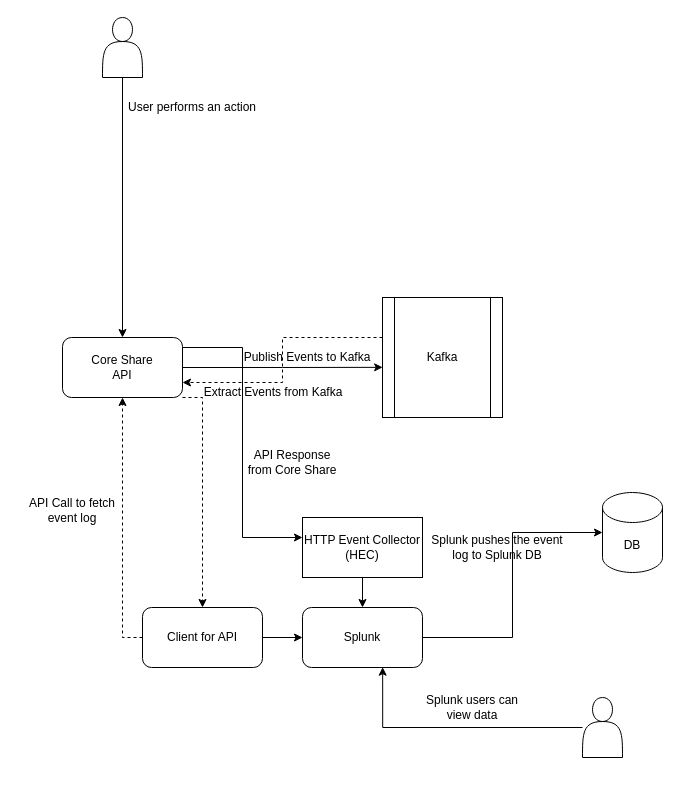
Above: client/Untitled Diagram.drawio in vikaskulkarni/options-strategies-flow (draw.io), before the change. Source tidied: cells renumbered, new cells numbered last; positions are measured from the earlier drawing's top-left corner, leaving out a move shared by most shapes. Both pictures are drawn from the tidied source at 100%, with x=0, y=0 at pixel (22, 17).
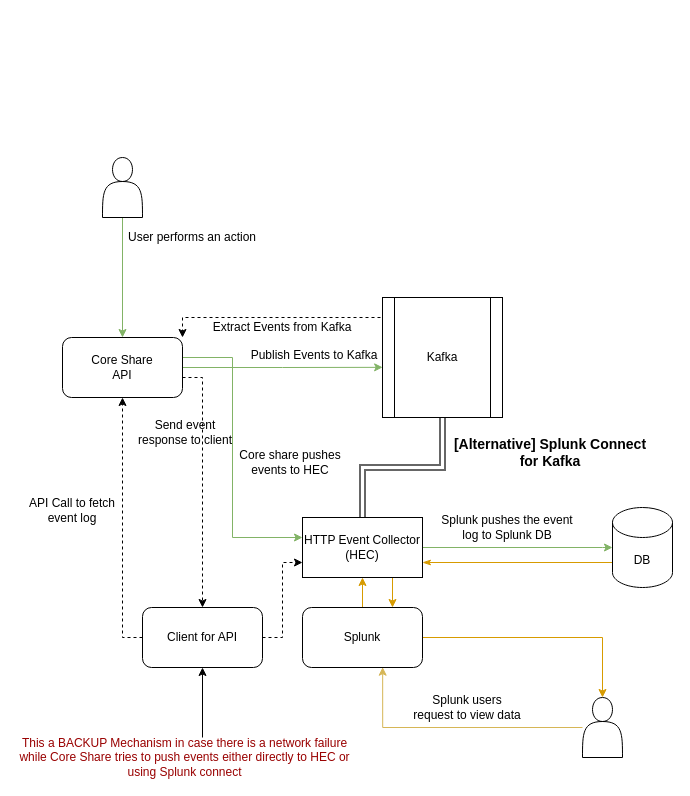
Above is the later version.

The change refers to these unchanged cells:
```xml
<mxCell id="5" value="Core Share&lt;br&gt;API" style="rounded=1;whiteSpace=wrap;html=1;" parent="1" vertex="1">
  <mxGeometry x="40" y="320" width="120" height="60" as="geometry" />
</mxCell>
<mxCell id="7" value="Kafka" style="shape=process;whiteSpace=wrap;html=1;backgroundOutline=1;" parent="1" vertex="1">
  <mxGeometry x="360" y="280" width="120" height="120" as="geometry" />
</mxCell>
<mxCell id="10" value="Splunk" style="rounded=1;whiteSpace=wrap;html=1;" parent="1" vertex="1">
  <mxGeometry x="280" y="590" width="120" height="60" as="geometry" />
</mxCell>
<mxCell id="21" style="shape=actor;whiteSpace=wrap;html=1;" parent="1" vertex="1">
  <mxGeometry x="560" y="680" width="40" height="60" as="geometry" />
</mxCell>
<mxCell id="24" value="Client for API" style="rounded=1;whiteSpace=wrap;html=1;" parent="1" vertex="1">
  <mxGeometry x="120" y="590" width="120" height="60" as="geometry" />
</mxCell>
<mxCell id="26" value="HTTP Event Collector&lt;br&gt;(HEC)" style="rounded=0;whiteSpace=wrap;html=1;" parent="1" vertex="1">
  <mxGeometry x="280" y="500" width="120" height="60" as="geometry" />
</mxCell>
```

What changed in the source:
```diff
@@
-    <mxCell id="2" style="edgeStyle=orthogonalEdgeStyle;rounded=0;jettySize=auto;html=1;entryX=0.001;entryY=0.582;entryDx=0;entryDy=0;entryPerimeter=0;" parent="1" edge="1" source="5" target="7">
+    <mxCell id="2" style="edgeStyle=orthogonalEdgeStyle;rounded=0;jettySize=auto;html=1;entryX=0.001;entryY=0.582;entryDx=0;entryDy=0;entryPerimeter=0;fillColor=#d5e8d4;strokeColor=#82b366;" parent="1" edge="1" source="5" target="7">
       <mxGeometry relative="1" as="geometry" />
     </mxCell>
-    <mxCell id="3" style="edgeStyle=orthogonalEdgeStyle;rounded=0;jettySize=auto;html=1;" parent="1" edge="1" source="5" target="26">
+    <mxCell id="3" style="edgeStyle=orthogonalEdgeStyle;rounded=0;jettySize=auto;html=1;fillColor=#d5e8d4;strokeColor=#82b366;" parent="1" edge="1" source="5" target="26">
       <mxGeometry relative="1" as="geometry">
         <Array as="points">
-          <mxPoint x="220" y="330" />
-          <mxPoint x="220" y="520" />
+          <mxPoint x="210" y="340" />
+          <mxPoint x="210" y="520" />
         </Array>
       </mxGeometry>
     </mxCell>
     <mxCell id="4" style="edgeStyle=orthogonalEdgeStyle;rounded=0;jettySize=auto;html=1;dashed=1;" parent="1" edge="1" source="5" target="24">
       <mxGeometry relative="1" as="geometry">
         <Array as="points">
-          <mxPoint x="180" y="380" />
+          <mxPoint x="180" y="360" />
         </Array>
       </mxGeometry>
     </mxCell>
@@
-    <mxCell id="6" style="edgeStyle=orthogonalEdgeStyle;rounded=0;jettySize=auto;html=1;entryX=1;entryY=0.75;entryDx=0;entryDy=0;dashed=1;" parent="1" edge="1" source="7" target="5">
+    <mxCell id="6" style="edgeStyle=orthogonalEdgeStyle;rounded=0;jettySize=auto;html=1;exitX=0;exitY=0.25;exitDx=0;exitDy=0;entryX=1;entryY=0;entryDx=0;entryDy=0;dashed=1;" parent="1" edge="1" source="7" target="5">
       <mxGeometry relative="1" as="geometry">
         <Array as="points">
-          <mxPoint x="260" y="320" />
-          <mxPoint x="260" y="365" />
+          <mxPoint x="360" y="300" />
+          <mxPoint x="160" y="300" />
         </Array>
       </mxGeometry>
     </mxCell>
+    <mxCell id="27" style="edgeStyle=orthogonalEdgeStyle;rounded=0;jettySize=auto;html=1;entryX=0.5;entryY=0;entryDx=0;entryDy=0;endArrow=none;endFill=0;fillColor=#f5f5f5;strokeColor=#666666;strokeWidth=2;shape=link;" parent="1" edge="1" source="7" target="26">
+      <mxGeometry relative="1" as="geometry" />
+    </mxCell>
@@
-    <mxCell id="8" style="edgeStyle=orthogonalEdgeStyle;rounded=0;jettySize=auto;html=1;entryX=0;entryY=0.5;entryDx=0;entryDy=0;entryPerimeter=0;" parent="1" edge="1" source="10" target="11">
-      <mxGeometry relative="1" as="geometry" />
+    <mxCell id="8" style="edgeStyle=orthogonalEdgeStyle;rounded=0;jettySize=auto;html=1;entryX=0;entryY=0.5;entryDx=0;entryDy=0;entryPerimeter=0;exitX=1;exitY=0.5;exitDx=0;exitDy=0;fillColor=#d5e8d4;strokeColor=#82b366;" parent="1" edge="1" source="26" target="11">
+      <mxGeometry relative="1" as="geometry">
+        <Array as="points">
+          <mxPoint x="580" y="530" />
+        </Array>
+      </mxGeometry>
     </mxCell>
@@
+    <mxCell id="28" style="edgeStyle=orthogonalEdgeStyle;rounded=0;jettySize=auto;html=1;fillColor=#ffe6cc;strokeColor=#d79b00;" parent="1" edge="1" source="10" target="26">
+      <mxGeometry relative="1" as="geometry">
+        <Array as="points">
+          <mxPoint x="370" y="560" />
+          <mxPoint x="370" y="560" />
+        </Array>
+      </mxGeometry>
+    </mxCell>
+    <mxCell id="29" style="edgeStyle=orthogonalEdgeStyle;rounded=0;jettySize=auto;html=1;exitX=1;exitY=0.5;exitDx=0;exitDy=0;fillColor=#ffe6cc;strokeColor=#d79b00;" parent="1" edge="1" source="10" target="21">
+      <mxGeometry relative="1" as="geometry" />
+    </mxCell>
@@
+    <mxCell id="30" style="edgeStyle=orthogonalEdgeStyle;rounded=0;jettySize=auto;html=1;exitX=0;exitY=0;exitDx=0;exitDy=52.5;exitPerimeter=0;entryX=1;entryY=0.75;entryDx=0;entryDy=0;fillColor=#ffe6cc;strokeColor=#d79b00;endArrow=classicThin;endFill=1;" parent="1" edge="1" source="11" target="26">
+      <mxGeometry relative="1" as="geometry">
+        <Array as="points">
+          <mxPoint x="590" y="545" />
+        </Array>
+      </mxGeometry>
+    </mxCell>
     <mxCell id="11" value="DB" style="shape=cylinder3;whiteSpace=wrap;html=1;boundedLbl=1;backgroundOutline=1;size=15;" parent="1" vertex="1">
-      <mxGeometry x="580" y="475" width="60" height="80" as="geometry" />
+      <mxGeometry x="590" y="490" width="60" height="80" as="geometry" />
     </mxCell>
     <mxCell id="12" value="Publish Events to Kafka" style="text;html=1;strokeColor=none;fillColor=none;align=center;verticalAlign=middle;whiteSpace=wrap;rounded=0;" parent="1" vertex="1">
-      <mxGeometry x="220" y="335" width="130" height="10" as="geometry" />
+      <mxGeometry x="227" y="333" width="130" height="10" as="geometry" />
     </mxCell>
     <mxCell id="13" value="Splunk pushes the event log to Splunk DB" style="text;html=1;strokeColor=none;fillColor=none;align=center;verticalAlign=middle;whiteSpace=wrap;rounded=0;" parent="1" vertex="1">
-      <mxGeometry x="400" y="520" width="150" height="20" as="geometry" />
+      <mxGeometry x="410" y="500" width="150" height="20" as="geometry" />
     </mxCell>
@@
-    <mxCell id="15" style="edgeStyle=orthogonalEdgeStyle;rounded=0;jettySize=auto;html=1;entryX=0.5;entryY=0;entryDx=0;entryDy=0;" parent="1" edge="1" source="16" target="5">
+    <mxCell id="15" style="edgeStyle=orthogonalEdgeStyle;rounded=0;jettySize=auto;html=1;entryX=0.5;entryY=0;entryDx=0;entryDy=0;fillColor=#d5e8d4;strokeColor=#82b366;" parent="1" edge="1" source="16" target="5">
       <mxGeometry relative="1" as="geometry" />
     </mxCell>
     <mxCell id="16" style="shape=actor;whiteSpace=wrap;html=1;" parent="1" vertex="1">
-      <mxGeometry x="80" width="40" height="60" as="geometry" />
+      <mxGeometry x="80" y="140" width="40" height="60" as="geometry" />
     </mxCell>
     <mxCell id="17" value="User performs an action" style="text;html=1;strokeColor=none;fillColor=none;align=center;verticalAlign=middle;whiteSpace=wrap;rounded=0;" parent="1" vertex="1">
-      <mxGeometry x="100" y="80" width="140" height="20" as="geometry" />
+      <mxGeometry x="100" y="210" width="140" height="20" as="geometry" />
     </mxCell>
-    <mxCell id="18" value="API Response from Core Share" style="text;html=1;strokeColor=none;fillColor=none;align=center;verticalAlign=middle;whiteSpace=wrap;rounded=0;" parent="1" vertex="1">
-      <mxGeometry x="220" y="440" width="100" height="10" as="geometry" />
+    <mxCell id="18" value="Core share pushes events to HEC" style="text;html=1;strokeColor=none;fillColor=none;align=center;verticalAlign=middle;whiteSpace=wrap;rounded=0;" parent="1" vertex="1">
+      <mxGeometry x="208" y="440" width="120" height="10" as="geometry" />
     </mxCell>
     <mxCell id="19" value="Extract Events from Kafka" style="text;html=1;strokeColor=none;fillColor=none;align=center;verticalAlign=middle;whiteSpace=wrap;rounded=0;" parent="1" vertex="1">
-      <mxGeometry x="176" y="370" width="150" height="10" as="geometry" />
+      <mxGeometry x="185" y="305" width="150" height="10" as="geometry" />
     </mxCell>
-    <mxCell id="20" style="edgeStyle=orthogonalEdgeStyle;rounded=0;jettySize=auto;html=1;entryX=0.668;entryY=0.995;entryDx=0;entryDy=0;entryPerimeter=0;" parent="1" edge="1" source="21" target="10">
+    <mxCell id="20" style="edgeStyle=orthogonalEdgeStyle;rounded=0;jettySize=auto;html=1;entryX=0.668;entryY=0.995;entryDx=0;entryDy=0;entryPerimeter=0;fillColor=#fff2cc;strokeColor=#d6b656;" parent="1" edge="1" source="21" target="10">
       <mxGeometry relative="1" as="geometry" />
     </mxCell>
@@
-    <mxCell id="22" value="Splunk users can view data" style="text;html=1;strokeColor=none;fillColor=none;align=center;verticalAlign=middle;whiteSpace=wrap;rounded=0;" parent="1" vertex="1">
-      <mxGeometry x="400" y="680" width="100" height="20" as="geometry" />
+    <mxCell id="22" value="Splunk users request to view data" style="text;html=1;strokeColor=none;fillColor=none;align=center;verticalAlign=middle;whiteSpace=wrap;rounded=0;" parent="1" vertex="1">
+      <mxGeometry x="390" y="680" width="110" height="20" as="geometry" />
     </mxCell>
-    <mxCell id="23" style="edgeStyle=orthogonalEdgeStyle;rounded=0;jettySize=auto;html=1;" parent="1" edge="1" source="24" target="10">
-      <mxGeometry relative="1" as="geometry" />
-    </mxCell>
+    <mxCell id="31" style="edgeStyle=orthogonalEdgeStyle;rounded=0;jettySize=auto;html=1;dashed=1;entryX=0;entryY=0.75;entryDx=0;entryDy=0;" parent="1" edge="1" source="24" target="26">
+      <mxGeometry relative="1" as="geometry" />
+    </mxCell>
@@
-    <mxCell id="25" style="edgeStyle=orthogonalEdgeStyle;rounded=0;jettySize=auto;html=1;" parent="1" edge="1" source="26" target="10">
+    <mxCell id="25" style="edgeStyle=orthogonalEdgeStyle;rounded=0;jettySize=auto;html=1;exitX=0.75;exitY=1;exitDx=0;exitDy=0;entryX=0.75;entryY=0;entryDx=0;entryDy=0;fillColor=#ffe6cc;strokeColor=#d79b00;" parent="1" edge="1" source="26" target="10">
       <mxGeometry relative="1" as="geometry" />
     </mxCell>
@@
+    <mxCell id="32" value="Send event response to client" style="text;html=1;strokeColor=none;fillColor=none;align=center;verticalAlign=middle;whiteSpace=wrap;rounded=0;" parent="1" vertex="1">
+      <mxGeometry x="113" y="410" width="100" height="10" as="geometry" />
+    </mxCell>
+    <mxCell id="33" value="&lt;b&gt;&lt;font style=&quot;font-size: 14px&quot;&gt;[Alternative] Splunk Connect for Kafka&lt;/font&gt;&lt;/b&gt;" style="text;html=1;strokeColor=none;fillColor=none;align=center;verticalAlign=middle;whiteSpace=wrap;rounded=0;" parent="1" vertex="1">
+      <mxGeometry x="423" y="430" width="210" height="10" as="geometry" />
+    </mxCell>
+    <mxCell id="34" style="endArrow=classic;html=1;strokeWidth=1;" parent="1" edge="1">
+      <mxGeometry relative="1" as="geometry">
+        <mxPoint x="180" y="720" as="sourcePoint" />
+        <mxPoint x="180" y="650" as="targetPoint" />
+      </mxGeometry>
+    </mxCell>
+    <mxCell id="35" value="This a BACKUP Mechanism in case there is a network failure while Core Share tries to push events either directly to HEC or using Splunk connect" style="text;html=1;strokeColor=none;fillColor=none;align=center;verticalAlign=middle;whiteSpace=wrap;rounded=0;fontColor=#990000;" parent="1" vertex="1">
+      <mxGeometry x="-5" y="735" width="335" height="10" as="geometry" />
+    </mxCell>
```
